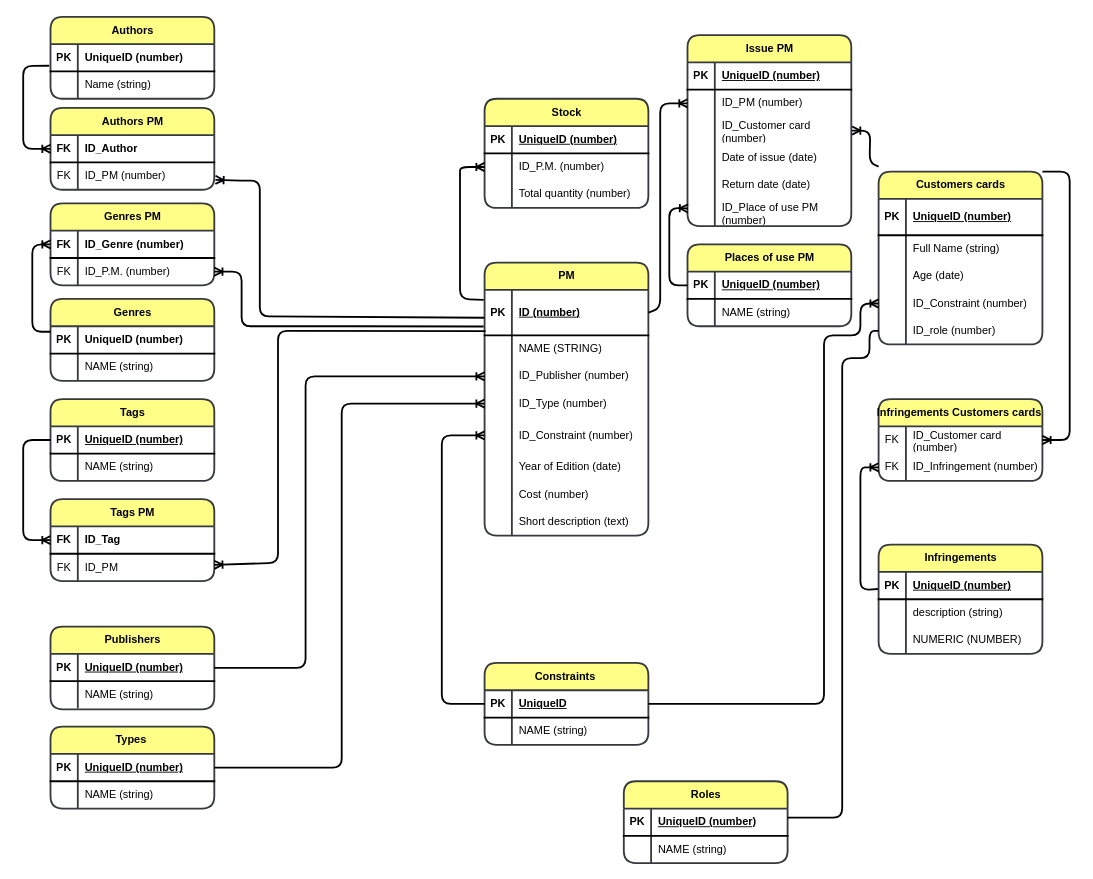
Earlier version of the draw.io diagram page "Копия Страница — 2" (3 of 4) of Диаграмма без названия.drawio (whoIsJhonGalt/repFirst). Source tidied: cells renumbered, new cells numbered last; positions are measured from the earlier drawing's top-left corner, leaving out a move shared by most shapes. Both pictures are drawn from the tidied source at 91%, with x=0, y=0 at pixel (-250, 16).
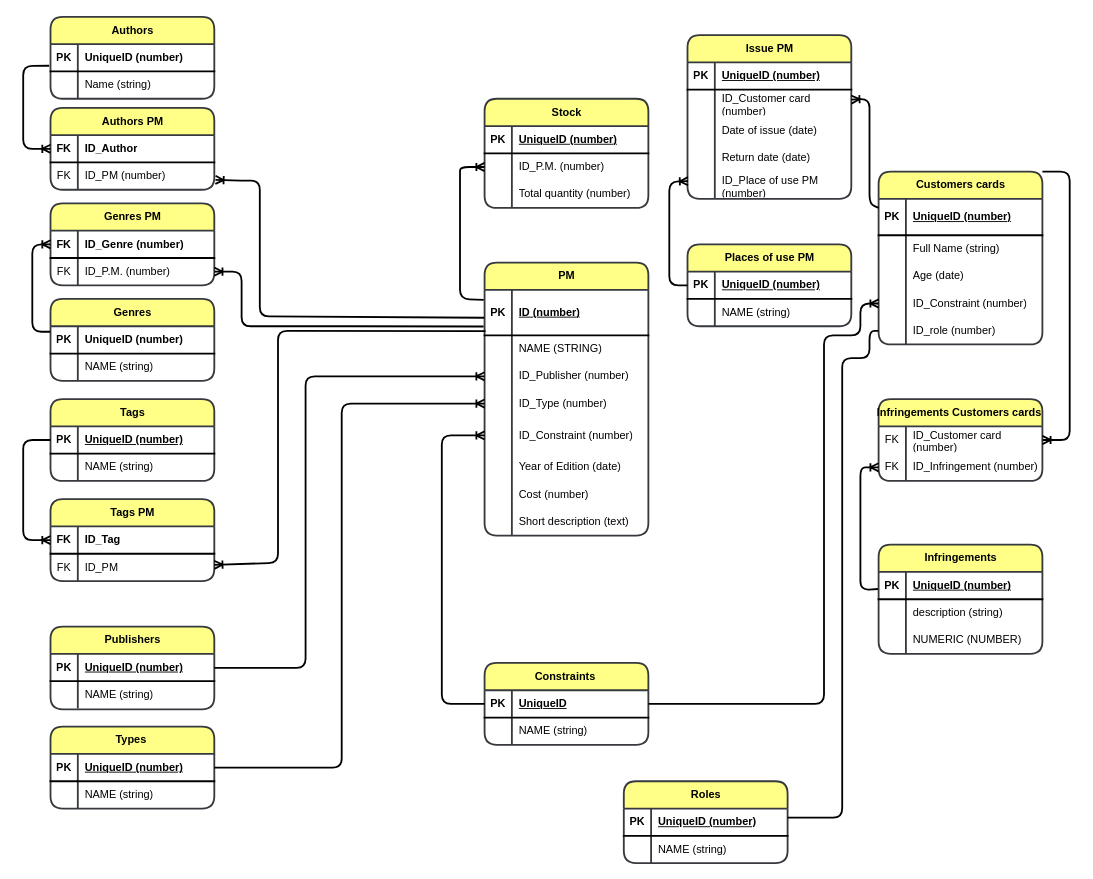
The same page after the edit.

Unchanged cells that the change refers to:
```xml
<mxCell id="3" style="shape=tableRow;horizontal=1;startSize=0;swimlaneHead=0;swimlaneBody=0;points=[[0,0.5],[1,0.5]];portConstraint=eastwest;top=0;left=0;right=0;bottom=1;rounded=0;labelBackgroundColor=none;strokeWidth=2;shadow=0;fontFamily=Helvetica;verticalAlign=middle;fontSize=12;swimlaneLine=1;fillColor=none;" parent="2" vertex="1">
  <mxGeometry y="30" width="180" height="50" as="geometry" />
</mxCell>
<mxCell id="106" style="shape=tableRow;horizontal=1;startSize=0;swimlaneHead=0;swimlaneBody=0;points=[[0,0.5],[1,0.5]];portConstraint=eastwest;top=0;left=0;right=0;bottom=1;rounded=0;labelBackgroundColor=none;strokeWidth=2;shadow=0;fontFamily=Helvetica;verticalAlign=middle;fontSize=12;swimlaneLine=1;fillColor=none;" parent="105" vertex="1">
  <mxGeometry y="30" width="180" height="30" as="geometry" />
</mxCell>
```

What changed in the source:
```diff
@@
     <mxCell id="112" value="Issue PM" style="shape=table;startSize=30;childLayout=tableLayout;rowLines=0;fontStyle=1;align=center;html=1;rounded=1;labelBackgroundColor=none;strokeWidth=2;shadow=0;fontFamily=Helvetica;verticalAlign=middle;horizontal=1;fontSize=12;swimlaneLine=1;fillColor=#ffff88;strokeColor=#36393d;" parent="1" vertex="1">
-      <mxGeometry x="1030" y="20" width="180" height="210" as="geometry" />
+      <mxGeometry x="1030" y="20" width="180" height="180" as="geometry" />
     </mxCell>
@@
-    <mxCell id="116" style="shape=tableRow;horizontal=1;startSize=0;swimlaneHead=0;swimlaneBody=0;points=[[0,0.5],[1,0.5]];portConstraint=eastwest;top=0;left=0;right=0;bottom=0;rounded=0;labelBackgroundColor=none;strokeWidth=2;shadow=0;fontFamily=Helvetica;verticalAlign=middle;fontSize=12;swimlaneLine=1;fillColor=none;" parent="112" vertex="1">
-      <mxGeometry y="60" width="180" height="30" as="geometry" />
-    </mxCell>
-    <mxCell id="117" style="shape=partialRectangle;top=0;left=0;bottom=0;right=0;overflow=hidden;whiteSpace=wrap;html=1;rounded=0;labelBackgroundColor=none;strokeWidth=2;shadow=0;fontFamily=Helvetica;verticalAlign=middle;horizontal=1;fontSize=12;swimlaneLine=1;fillColor=none;" parent="116" vertex="1">
-      <mxGeometry width="30" height="30" as="geometry" />
-    </mxCell>
-    <mxCell id="118" value="ID_PM (number)" style="shape=partialRectangle;top=0;left=0;bottom=0;right=0;align=left;spacingLeft=6;overflow=hidden;whiteSpace=wrap;html=1;rounded=0;labelBackgroundColor=none;strokeWidth=2;shadow=0;fontFamily=Helvetica;verticalAlign=middle;horizontal=1;fontSize=12;swimlaneLine=1;fillColor=none;" parent="116" vertex="1">
-      <mxGeometry x="30" width="150" height="30" as="geometry" />
-    </mxCell>
     <mxCell id="119" style="shape=tableRow;horizontal=1;startSize=0;swimlaneHead=0;swimlaneBody=0;points=[[0,0.5],[1,0.5]];portConstraint=eastwest;top=0;left=0;right=0;bottom=0;rounded=0;labelBackgroundColor=none;strokeWidth=2;shadow=0;fontFamily=Helvetica;verticalAlign=middle;fontSize=12;swimlaneLine=1;fillColor=none;" parent="112" vertex="1">
-      <mxGeometry y="90" width="180" height="30" as="geometry" />
+      <mxGeometry y="60" width="180" height="30" as="geometry" />
     </mxCell>
@@
     <mxCell id="122" style="shape=tableRow;horizontal=1;startSize=0;swimlaneHead=0;swimlaneBody=0;top=0;left=0;right=0;bottom=0;rounded=0;labelBackgroundColor=none;strokeWidth=2;shadow=0;fontFamily=Helvetica;verticalAlign=middle;fontSize=12;swimlaneLine=1;fillColor=none;" parent="112" vertex="1">
-      <mxGeometry y="120" width="180" height="30" as="geometry" />
+      <mxGeometry y="90" width="180" height="30" as="geometry" />
     </mxCell>
@@
     <mxCell id="125" style="shape=tableRow;horizontal=1;startSize=0;swimlaneHead=0;swimlaneBody=0;top=0;left=0;right=0;bottom=0;rounded=0;labelBackgroundColor=none;strokeWidth=2;shadow=0;fontFamily=Helvetica;verticalAlign=middle;fontSize=12;swimlaneLine=1;fillColor=none;" parent="112" vertex="1">
-      <mxGeometry y="150" width="180" height="30" as="geometry" />
+      <mxGeometry y="120" width="180" height="30" as="geometry" />
     </mxCell>
@@
     <mxCell id="128" style="shape=tableRow;horizontal=1;startSize=0;swimlaneHead=0;swimlaneBody=0;points=[[0,0.5],[1,0.5]];portConstraint=eastwest;top=0;left=0;right=0;bottom=0;rounded=0;labelBackgroundColor=none;strokeWidth=2;shadow=0;fontFamily=Helvetica;verticalAlign=middle;fontSize=12;swimlaneLine=1;fillColor=none;" parent="112" vertex="1">
-      <mxGeometry y="180" width="180" height="30" as="geometry" />
+      <mxGeometry y="150" width="180" height="30" as="geometry" />
     </mxCell>
@@
-    <mxCell id="146" style="fontSize=12;html=1;endArrow=ERoneToMany;rounded=1;labelBackgroundColor=default;strokeColor=default;strokeWidth=2;align=center;verticalAlign=middle;fontFamily=Helvetica;fontColor=default;startSize=30;shape=connector;exitX=-0.005;exitY=0.615;exitDx=0;exitDy=0;entryX=1;entryY=0.5;entryDx=0;entryDy=0;exitPerimeter=0;" parent="1" edge="1">
+    <mxCell id="146" style="fontSize=12;html=1;endArrow=ERoneToMany;rounded=1;labelBackgroundColor=default;strokeColor=default;strokeWidth=2;align=center;verticalAlign=middle;fontFamily=Helvetica;fontColor=default;startSize=30;shape=connector;exitX=-0.005;exitY=0.615;exitDx=0;exitDy=0;exitPerimeter=0;" parent="1" edge="1" target="119">
       <mxGeometry relative="1" as="geometry">
-        <mxPoint x="1240" y="164.6" as="sourcePoint" />
-        <mxPoint x="1210.9" y="125" as="targetPoint" />
+        <mxPoint x="1240" y="210" as="sourcePoint" />
         <Array as="points">
-          <mxPoint x="1230" y="160" />
-          <mxPoint x="1230.9" y="125" />
+          <mxPoint x="1230" y="205.4" />
+          <mxPoint x="1230" y="90" />
         </Array>
       </mxGeometry>
     </mxCell>
-    <mxCell id="147" style="fontSize=12;html=1;endArrow=ERoneToMany;rounded=1;labelBackgroundColor=default;strokeColor=default;strokeWidth=2;align=center;verticalAlign=middle;fontFamily=Helvetica;fontColor=default;startSize=30;shape=connector;exitX=1;exitY=0.5;exitDx=0;exitDy=0;entryX=0;entryY=0.5;entryDx=0;entryDy=0;" parent="1" edge="1" source="3" target="116">
-      <mxGeometry relative="1" as="geometry">
-        <Array as="points">
-          <mxPoint x="1000" y="320" />
-          <mxPoint x="1000" y="95" />
-        </Array>
-      </mxGeometry>
-    </mxCell>
     <mxCell id="148" style="fontSize=12;html=1;endArrow=ERoneToMany;rounded=1;labelBackgroundColor=default;strokeColor=default;strokeWidth=2;align=center;verticalAlign=middle;fontFamily=Helvetica;fontColor=default;startSize=30;shape=connector;exitX=0;exitY=0.5;exitDx=0;exitDy=0;entryX=0.003;entryY=0.353;entryDx=0;entryDy=0;entryPerimeter=0;" parent="1" edge="1" source="106" target="128">
       <mxGeometry relative="1" as="geometry">
         <Array as="points">
           <mxPoint x="1010" y="295" />
           <mxPoint x="1010" y="250" />
-          <mxPoint x="1010" y="210" />
+          <mxPoint x="1010" y="181" />
         </Array>
       </mxGeometry>
     </mxCell>
```
